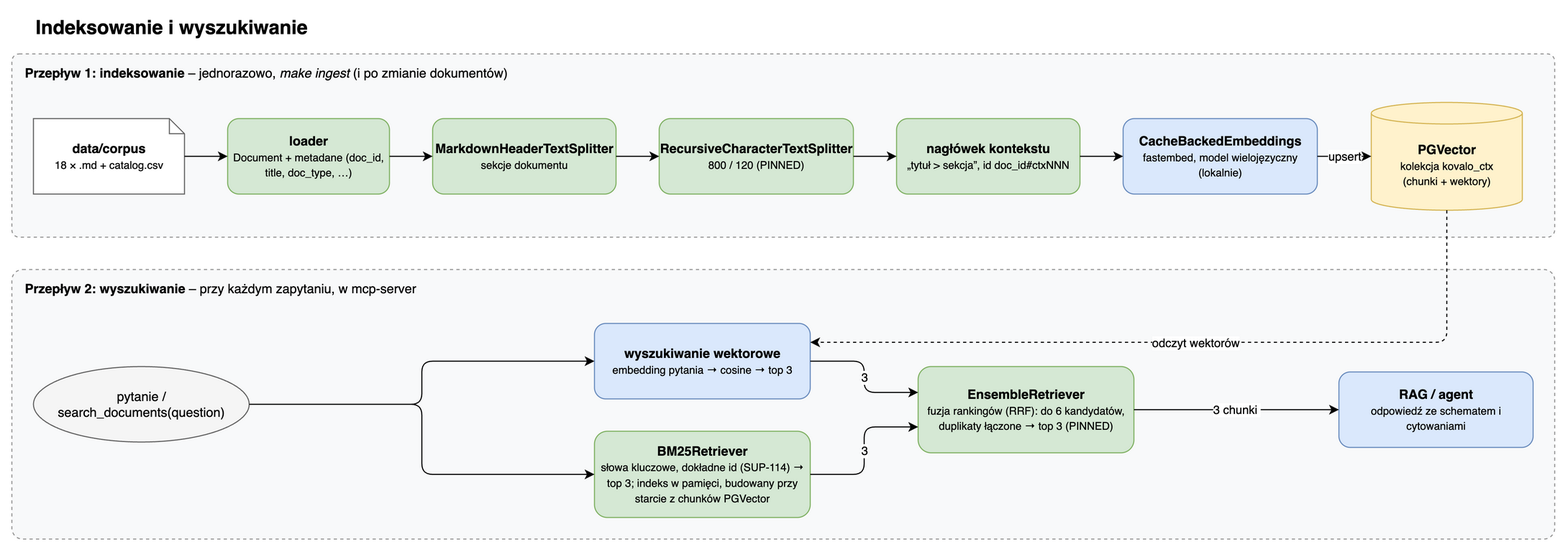
Earlier version of the draw.io export docs/architecture/kovalo-architecture-3-ingest.png (oszypczy/kovalo-copilot). Source tidied: cells renumbered, new cells last; positions are measured from the earlier drawing's top-left corner, leaving out a move shared by most shapes.
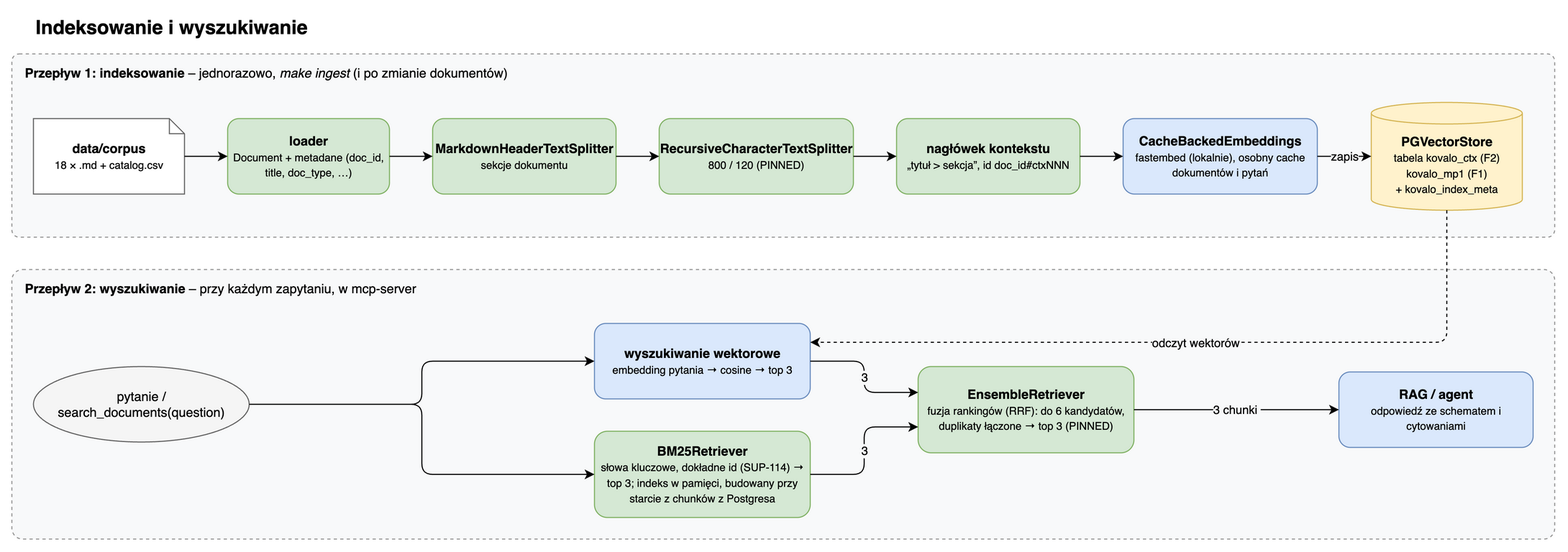
The same diagram one commit later.

The edit, as a diff of the source:
```diff
@@ -26,10 +26,10 @@
     <mxCell id="9" value="&lt;b&gt;nagłówek kontekstu&lt;/b&gt;&lt;br&gt;&lt;font style=&quot;font-size:10px&quot;&gt;„tytuł &amp;gt; sekcja”, id doc_id#ctxNNN&lt;/font&gt;" style="rounded=1;fillColor=#d5e8d4;strokeColor=#82b366;whiteSpace=wrap;html=1;" parent="1" vertex="1">
       <mxGeometry x="820" y="100" width="170" height="70" as="geometry" />
     </mxCell>
-    <mxCell id="10" value="&lt;b&gt;CacheBackedEmbeddings&lt;/b&gt;&lt;br&gt;&lt;font style=&quot;font-size:10px&quot;&gt;fastembed, model wielojęzyczny (lokalnie)&lt;/font&gt;" style="rounded=1;fillColor=#dae8fc;strokeColor=#6c8ebf;whiteSpace=wrap;html=1;" parent="1" vertex="1">
+    <mxCell id="10" value="&lt;b&gt;CacheBackedEmbeddings&lt;/b&gt;&lt;br&gt;&lt;font style=&quot;font-size:10px&quot;&gt;fastembed (lokalnie), osobny cache dokumentów i pytań&lt;/font&gt;" style="rounded=1;fillColor=#dae8fc;strokeColor=#6c8ebf;whiteSpace=wrap;html=1;" parent="1" vertex="1">
       <mxGeometry x="1030" y="100" width="180" height="70" as="geometry" />
     </mxCell>
-    <mxCell id="11" value="&lt;b&gt;PGVector&lt;/b&gt;&lt;br&gt;&lt;font style=&quot;font-size:10px&quot;&gt;kolekcja kovalo_ctx&lt;br&gt;(chunki + wektory)&lt;/font&gt;" style="shape=cylinder3;boundedLbl=1;size=10;fillColor=#fff2cc;strokeColor=#d6b656;whiteSpace=wrap;html=1;" parent="1" vertex="1">
+    <mxCell id="11" value="&lt;b&gt;PGVectorStore&lt;/b&gt;&lt;br&gt;&lt;font style=&quot;font-size:10px&quot;&gt;tabela kovalo_ctx (F2)&lt;br&gt;kovalo_mp1 (F1)&lt;br&gt;+ kovalo_index_meta&lt;/font&gt;" style="shape=cylinder3;boundedLbl=1;size=10;fillColor=#fff2cc;strokeColor=#d6b656;whiteSpace=wrap;html=1;" parent="1" vertex="1">
       <mxGeometry x="1260" y="85" width="140" height="100" as="geometry" />
     </mxCell>
     <mxCell id="12" value="pytanie /&lt;br&gt;search_documents(question)" style="ellipse;fillColor=#f5f5f5;strokeColor=#666666;whiteSpace=wrap;html=1;" parent="1" vertex="1">
@@ -38,7 +38,7 @@
     <mxCell id="13" value="&lt;b&gt;wyszukiwanie wektorowe&lt;/b&gt;&lt;br&gt;&lt;font style=&quot;font-size:10px&quot;&gt;embedding pytania → cosine → top 3&lt;/font&gt;" style="rounded=1;fillColor=#dae8fc;strokeColor=#6c8ebf;whiteSpace=wrap;html=1;" parent="1" vertex="1">
       <mxGeometry x="540" y="290" width="200" height="70" as="geometry" />
     </mxCell>
-    <mxCell id="14" value="&lt;b&gt;BM25Retriever&lt;/b&gt;&lt;br&gt;&lt;font style=&quot;font-size:10px&quot;&gt;słowa kluczowe, dokładne id (SUP-114) → top 3; indeks w pamięci, budowany przy starcie z chunków PGVector&lt;/font&gt;" style="rounded=1;fillColor=#d5e8d4;strokeColor=#82b366;whiteSpace=wrap;html=1;" parent="1" vertex="1">
+    <mxCell id="14" value="&lt;b&gt;BM25Retriever&lt;/b&gt;&lt;br&gt;&lt;font style=&quot;font-size:10px&quot;&gt;słowa kluczowe, dokładne id (SUP-114) → top 3; indeks w pamięci, budowany przy starcie z chunków z Postgresa&lt;/font&gt;" style="rounded=1;fillColor=#d5e8d4;strokeColor=#82b366;whiteSpace=wrap;html=1;" parent="1" vertex="1">
       <mxGeometry x="540" y="390" width="200" height="80" as="geometry" />
     </mxCell>
     <mxCell id="15" value="&lt;b&gt;EnsembleRetriever&lt;/b&gt;&lt;br&gt;&lt;font style=&quot;font-size:10px&quot;&gt;fuzja rankingów (RRF): do 6 kandydatów, duplikaty łączone → top 3 (PINNED)&lt;/font&gt;" style="rounded=1;fillColor=#d5e8d4;strokeColor=#82b366;whiteSpace=wrap;html=1;" parent="1" vertex="1">
@@ -62,7 +62,7 @@
     <mxCell id="21" style="edgeStyle=orthogonalEdgeStyle;rounded=1;html=1;defaultLabelBackgroundColor=page;" parent="1" edge="1" source="9" target="10">
       <mxGeometry relative="1" as="geometry" />
     </mxCell>
-    <mxCell id="22" value="upsert" style="edgeStyle=orthogonalEdgeStyle;rounded=1;html=1;defaultLabelBackgroundColor=page;" parent="1" edge="1" source="10" target="11">
+    <mxCell id="22" value="zapis" style="edgeStyle=orthogonalEdgeStyle;rounded=1;html=1;defaultLabelBackgroundColor=page;" parent="1" edge="1" source="10" target="11">
       <mxGeometry relative="1" as="geometry" />
     </mxCell>
     <mxCell id="23" style="edgeStyle=orthogonalEdgeStyle;rounded=1;html=1;defaultLabelBackgroundColor=page;exitX=1;exitY=0.5;entryX=0;entryY=0.5;" parent="1" edge="1" source="12" target="13">
```
